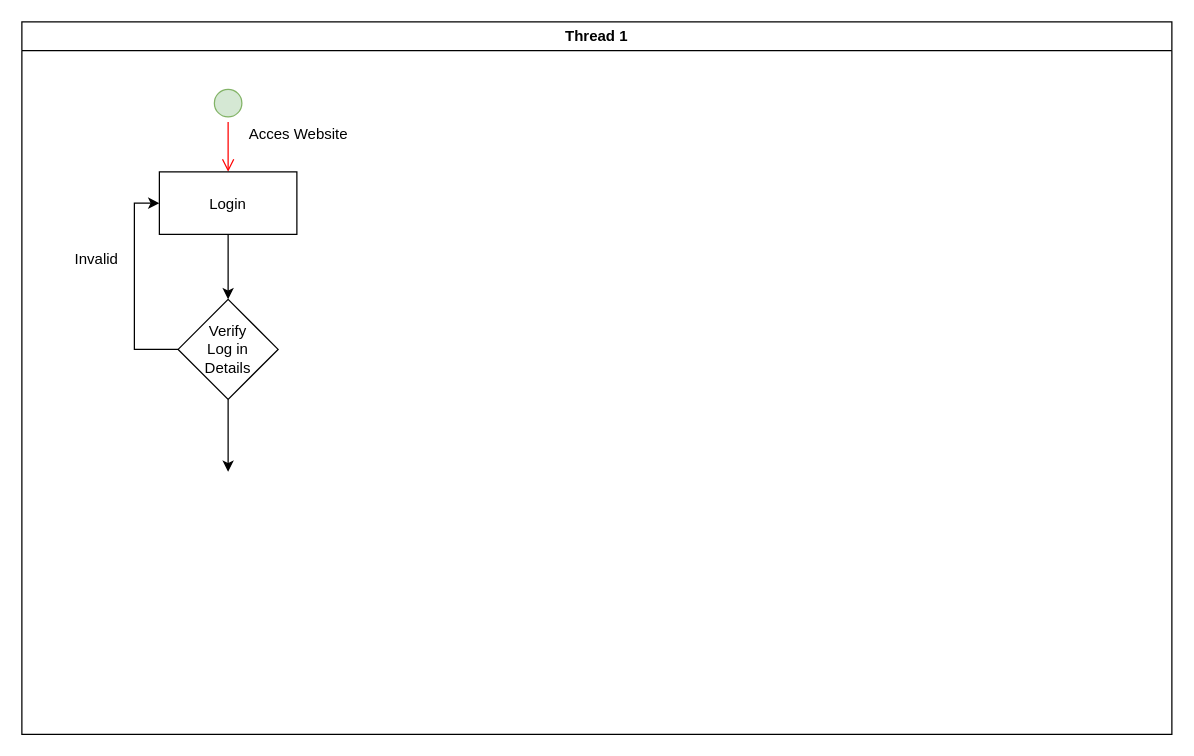
This is Untitled Diagram.drawio from QoSz/qosz, a draw.io file, before an edit. Source tidied: cells renumbered, new cells numbered last; positions are measured from the earlier drawing's top-left corner, leaving out a move shared by most shapes. Both pictures are drawn from the tidied source at 125%, with x=0, y=0 at pixel (21, 21).
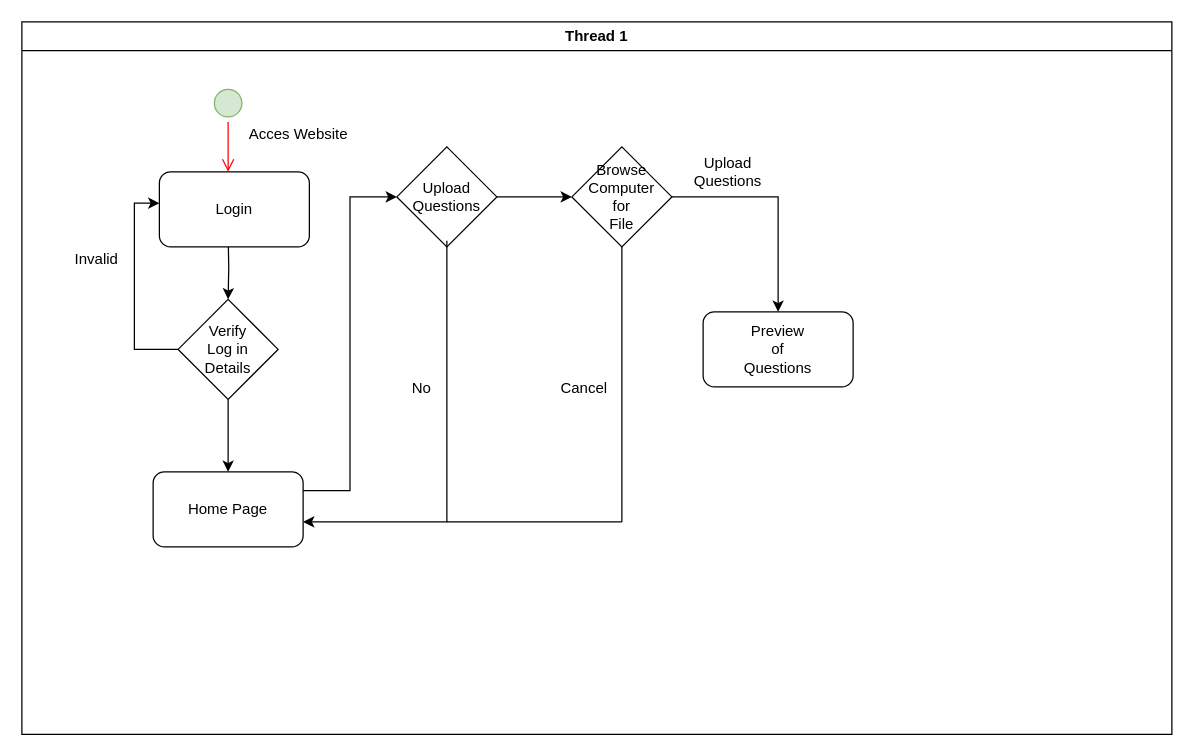
The same diagram, later.

The change refers to these unchanged cells:
```xml
<mxCell id="2" value="Thread 1" style="swimlane;whiteSpace=wrap;" parent="1" vertex="1">
  <mxGeometry width="920" height="570" as="geometry" />
</mxCell>
<mxCell id="9" value="&lt;div&gt;Verify&lt;/div&gt;&lt;div&gt;Log in&lt;/div&gt;&lt;div&gt;Details&lt;br&gt;&lt;/div&gt;" style="rhombus;whiteSpace=wrap;html=1;" parent="2" vertex="1">
  <mxGeometry x="125" y="222" width="80" height="80" as="geometry" />
</mxCell>
```

The edit, as a diff of the source:
```diff
@@
-    <mxCell id="4" style="edgeStyle=elbowEdgeStyle;elbow=horizontal;verticalAlign=bottom;endArrow=open;endSize=8;strokeColor=#FF0000;endFill=1;rounded=0;" parent="2" edge="1" target="6">
+    <mxCell id="4" style="edgeStyle=elbowEdgeStyle;elbow=horizontal;verticalAlign=bottom;endArrow=open;endSize=8;strokeColor=#FF0000;endFill=1;rounded=0;" parent="2" edge="1">
       <mxGeometry x="150" y="50" as="geometry">
         <mxPoint x="165" y="80" as="sourcePoint" />
+        <mxPoint x="165" y="120" as="targetPoint" />
       </mxGeometry>
     </mxCell>
-    <mxCell id="5" style="edgeStyle=orthogonalEdgeStyle;rounded=0;jettySize=auto;html=1;" parent="2" edge="1" source="6" target="9">
-      <mxGeometry relative="1" as="geometry" />
+    <mxCell id="5" style="edgeStyle=orthogonalEdgeStyle;rounded=0;jettySize=auto;html=1;" parent="2" edge="1" target="9">
+      <mxGeometry relative="1" as="geometry">
+        <mxPoint x="165" y="170" as="sourcePoint" />
+      </mxGeometry>
     </mxCell>
-    <mxCell id="6" value="Login" parent="2" vertex="1">
-      <mxGeometry x="110" y="120" width="110" height="50" as="geometry" />
-    </mxCell>
@@
-    <mxCell id="8" style="edgeStyle=orthogonalEdgeStyle;rounded=0;jettySize=auto;html=1;entryX=0;entryY=0.5;entryDx=0;entryDy=0;" parent="2" edge="1" source="9" target="6">
+    <mxCell id="8" style="edgeStyle=orthogonalEdgeStyle;rounded=0;jettySize=auto;html=1;entryX=0;entryY=0.5;entryDx=0;entryDy=0;" parent="2" edge="1" source="9">
       <mxGeometry relative="1" as="geometry">
+        <mxPoint x="110" y="145" as="targetPoint" />
         <Array as="points">
           <mxPoint x="90" y="262" />
           <mxPoint x="90" y="145" />
         </Array>
       </mxGeometry>
     </mxCell>
@@
+    <mxCell id="12" value="Home Page" style="rounded=1;whiteSpace=wrap;html=1;" parent="2" vertex="1">
+      <mxGeometry x="105" y="360" width="120" height="60" as="geometry" />
+    </mxCell>
+    <mxCell id="6" value="Login" style="rounded=1;whiteSpace=wrap;html=1;" parent="2" vertex="1">
+      <mxGeometry x="110" y="120" width="120" height="60" as="geometry" />
+    </mxCell>
+    <mxCell id="13" value="&lt;div&gt;Upload&lt;/div&gt;&lt;div&gt;Questions&lt;br&gt;&lt;/div&gt;" style="rhombus;whiteSpace=wrap;html=1;" parent="2" vertex="1">
+      <mxGeometry x="300" y="100" width="80" height="80" as="geometry" />
+    </mxCell>
+    <mxCell id="14" style="edgeStyle=orthogonalEdgeStyle;rounded=0;orthogonalLoop=1;jettySize=auto;html=1;exitX=0.5;exitY=1;exitDx=0;exitDy=0;entryX=1;entryY=0.75;entryDx=0;entryDy=0;" parent="2" edge="1">
+      <mxGeometry relative="1" as="geometry">
+        <mxPoint x="340" y="175" as="sourcePoint" />
+        <mxPoint x="225" y="400" as="targetPoint" />
+        <Array as="points">
+          <mxPoint x="340" y="400" />
+        </Array>
+      </mxGeometry>
+    </mxCell>
+    <mxCell id="15" value="No" style="text;html=1;strokeColor=none;fillColor=none;align=center;verticalAlign=middle;whiteSpace=wrap;rounded=0;" parent="2" vertex="1">
+      <mxGeometry x="300" y="283" width="40" height="20" as="geometry" />
+    </mxCell>
+    <mxCell id="16" style="edgeStyle=orthogonalEdgeStyle;rounded=0;jettySize=auto;html=1;exitX=1;exitY=0.5;exitDx=0;exitDy=0;" parent="2" edge="1" source="17" target="21">
+      <mxGeometry relative="1" as="geometry" />
+    </mxCell>
+    <mxCell id="17" value="&lt;div&gt;Browse&lt;/div&gt;&lt;div&gt;Computer&lt;/div&gt;&lt;div&gt;for&lt;/div&gt;&lt;div&gt;File&lt;br&gt;&lt;/div&gt;" style="rhombus;whiteSpace=wrap;html=1;" parent="2" vertex="1">
+      <mxGeometry x="440" y="100" width="80" height="80" as="geometry" />
+    </mxCell>
+    <mxCell id="18" style="edgeStyle=orthogonalEdgeStyle;rounded=0;jettySize=auto;html=1;exitX=1;exitY=0.5;exitDx=0;exitDy=0;" parent="2" edge="1" source="13" target="17">
+      <mxGeometry relative="1" as="geometry" />
+    </mxCell>
+    <mxCell id="19" value="Cancel" style="text;html=1;strokeColor=none;fillColor=none;align=center;verticalAlign=middle;whiteSpace=wrap;rounded=0;" parent="2" vertex="1">
+      <mxGeometry x="430" y="283" width="40" height="20" as="geometry" />
+    </mxCell>
+    <mxCell id="20" style="edgeStyle=orthogonalEdgeStyle;rounded=0;jettySize=auto;html=1;entryX=0;entryY=0.5;entryDx=0;entryDy=0;exitX=1;exitY=0.25;exitDx=0;exitDy=0;" parent="2" edge="1" source="12" target="13">
+      <mxGeometry relative="1" as="geometry" />
+    </mxCell>
+    <mxCell id="21" value="&lt;div&gt;Preview &lt;br&gt;&lt;/div&gt;&lt;div&gt;of&lt;/div&gt;&lt;div&gt;Questions&lt;br&gt;&lt;/div&gt;" style="rounded=1;whiteSpace=wrap;html=1;" parent="2" vertex="1">
+      <mxGeometry x="545" y="232" width="120" height="60" as="geometry" />
+    </mxCell>
+    <mxCell id="22" value="Upload Questions" style="text;html=1;strokeColor=none;fillColor=none;align=center;verticalAlign=middle;whiteSpace=wrap;rounded=0;" parent="2" vertex="1">
+      <mxGeometry x="545" y="110" width="40" height="20" as="geometry" />
+    </mxCell>
@@
+    <mxCell id="23" style="endArrow=none;html=1;entryX=0.5;entryY=1;entryDx=0;entryDy=0;" parent="1" edge="1" target="17">
+      <mxGeometry relative="1" as="geometry">
+        <mxPoint x="480" y="400" as="sourcePoint" />
+      </mxGeometry>
+    </mxCell>
+    <mxCell id="24" style="endArrow=none;html=1;" parent="1" edge="1">
+      <mxGeometry relative="1" as="geometry">
+        <mxPoint x="480" y="400" as="sourcePoint" />
+        <mxPoint x="340" y="400" as="targetPoint" />
+      </mxGeometry>
+    </mxCell>
```
